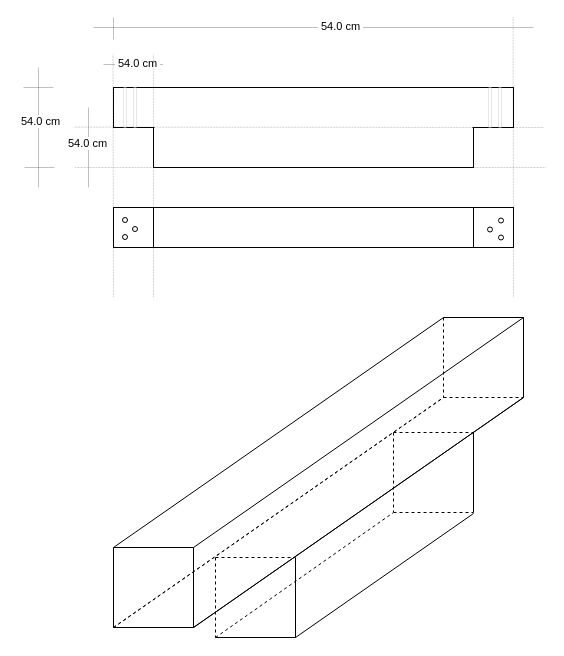
Above: Untitled Diagram.drawio in rubenvera/sap_btp_icons_drawio (draw.io), before the change. Source tidied: cells renumbered, new cells numbered last; positions are measured from the earlier drawing's top-left corner, leaving out a move shared by most shapes. Both pictures are drawn from the tidied source at 100%, with x=0, y=0 at pixel (23, 17).
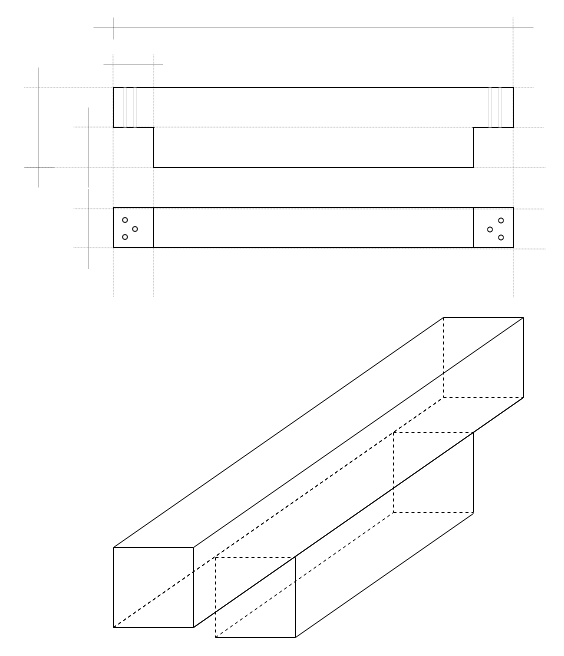
Above is the later version.

The change refers to these unchanged cells:
```xml
<mxCell id="43" style="endArrow=none;html=1;rounded=0;strokeWidth=0.25;" parent="1" edge="1">
  <mxGeometry relative="1" as="geometry">
    <mxPoint x="70" y="10" as="sourcePoint" />
    <mxPoint x="510" y="10" as="targetPoint" />
  </mxGeometry>
</mxCell>
<mxCell id="47" style="endArrow=none;html=1;rounded=0;strokeWidth=0.25;" parent="1" edge="1">
  <mxGeometry relative="1" as="geometry">
    <mxPoint x="15" y="170" as="sourcePoint" />
    <mxPoint x="15" y="50" as="targetPoint" />
  </mxGeometry>
</mxCell>
<mxCell id="51" style="endArrow=none;html=1;rounded=0;strokeWidth=0.25;" parent="1" edge="1">
  <mxGeometry relative="1" as="geometry">
    <mxPoint x="65" y="170" as="sourcePoint" />
    <mxPoint x="65" y="90" as="targetPoint" />
  </mxGeometry>
</mxCell>
<mxCell id="55" style="endArrow=none;html=1;rounded=0;strokeWidth=0.25;" parent="1" edge="1">
  <mxGeometry relative="1" as="geometry">
    <mxPoint x="80" y="47" as="sourcePoint" />
    <mxPoint x="139.5" y="47" as="targetPoint" />
  </mxGeometry>
</mxCell>
```

What changed in the source:
```diff
@@
-    <mxCell id="44" value="&amp;nbsp;54.0 cm&amp;nbsp;" style="edgeLabel;html=1;align=center;verticalAlign=middle;" parent="43" vertex="1">
-      <mxGeometry x="0.12" y="2" relative="1" as="geometry" />
-    </mxCell>
@@
-    <mxCell id="48" value="&amp;nbsp;54.0 cm&amp;nbsp;" style="edgeLabel;html=1;align=center;verticalAlign=middle;" parent="47" vertex="1">
-      <mxGeometry x="0.12" y="2" relative="1" as="geometry">
-        <mxPoint x="3" as="offset" />
-      </mxGeometry>
-    </mxCell>
-    <mxCell id="49" style="endArrow=none;html=1;rounded=0;strokeWidth=0.25;" parent="1" edge="1">
+    <mxCell id="49" style="endArrow=none;html=1;rounded=0;strokeWidth=0.25;dashed=1;" parent="1" edge="1">
       <mxGeometry relative="1" as="geometry">
-        <mxPoint x="30" y="70" as="sourcePoint" />
+        <mxPoint x="510" y="70" as="sourcePoint" />
         <mxPoint y="70" as="targetPoint" />
       </mxGeometry>
     </mxCell>
@@
-    <mxCell id="52" value="&amp;nbsp;54.0 cm&amp;nbsp;" style="edgeLabel;html=1;align=center;verticalAlign=middle;" parent="51" vertex="1">
-      <mxGeometry x="0.12" y="2" relative="1" as="geometry" />
-    </mxCell>
@@
     <mxCell id="54" style="endArrow=none;html=1;rounded=0;strokeWidth=0.25;dashed=1;" parent="1" edge="1">
       <mxGeometry relative="1" as="geometry">
         <mxPoint x="521.9" y="150" as="sourcePoint" />
-        <mxPoint x="51" y="150" as="targetPoint" />
+        <mxPoint y="150" as="targetPoint" />
       </mxGeometry>
     </mxCell>
@@
-    <mxCell id="56" value="&amp;nbsp;54.0 cm&amp;nbsp;" style="edgeLabel;html=1;align=center;verticalAlign=middle;" parent="55" vertex="1">
-      <mxGeometry x="0.12" y="2" relative="1" as="geometry" />
-    </mxCell>
@@
+    <mxCell id="59" style="endArrow=none;html=1;rounded=0;strokeWidth=0.25;" parent="1" edge="1">
+      <mxGeometry relative="1" as="geometry">
+        <mxPoint x="65" y="251.5" as="sourcePoint" />
+        <mxPoint x="65" y="171.5" as="targetPoint" />
+      </mxGeometry>
+    </mxCell>
+    <mxCell id="60" style="endArrow=none;html=1;rounded=0;strokeWidth=0.25;dashed=1;" parent="1" edge="1">
+      <mxGeometry relative="1" as="geometry">
+        <mxPoint x="520" y="191.5" as="sourcePoint" />
+        <mxPoint x="50.2" y="191.1" as="targetPoint" />
+      </mxGeometry>
+    </mxCell>
+    <mxCell id="61" style="endArrow=none;html=1;rounded=0;strokeWidth=0.25;dashed=1;" parent="1" edge="1">
+      <mxGeometry relative="1" as="geometry">
+        <mxPoint x="521.9" y="231.5" as="sourcePoint" />
+        <mxPoint x="50" y="230" as="targetPoint" />
+      </mxGeometry>
+    </mxCell>
```
